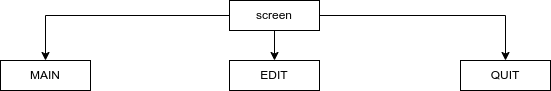
The draw.io diagram architecture.drawio.png in zedddie16/tRust, before a commit. Source tidied: cells renumbered, new cells last; positions are measured from the earlier drawing's top-left corner, leaving out a move shared by most shapes.
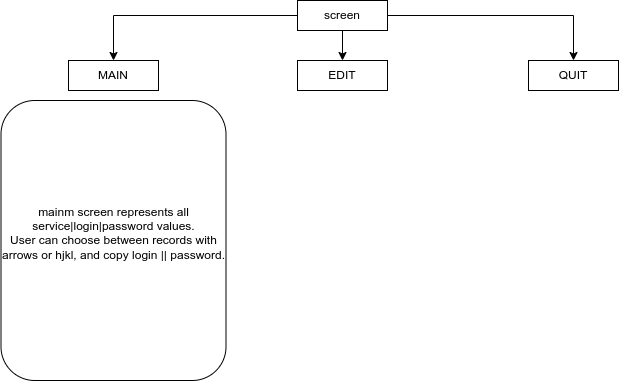
After the change.

Diff of the diagram source:
```diff
@@ -23,5 +23,8 @@
     <mxCell id="8" value="QUIT" style="rounded=0;whiteSpace=wrap;html=1;" parent="1" vertex="1">
       <mxGeometry x="460" y="60" width="90" height="30" as="geometry" />
     </mxCell>
+    <mxCell id="9" value="mainm screen represents all service|login|password values.&lt;div&gt;User can choose between records with arrows or hjkl, and copy login || password.&lt;/div&gt;&lt;div&gt;&lt;br&gt;&lt;/div&gt;" style="rounded=1;whiteSpace=wrap;html=1;" parent="1" vertex="1">
+      <mxGeometry x="-67.5" y="100" width="225" height="280" as="geometry" />
+    </mxCell>
   </root>
 </mxGraphModel>
```
